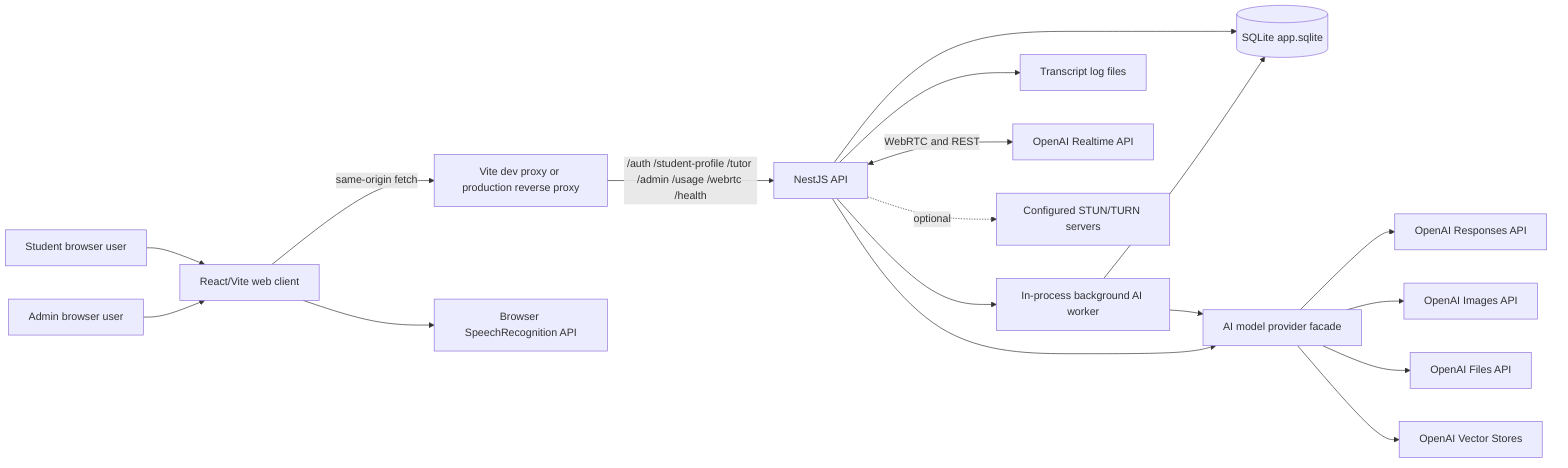
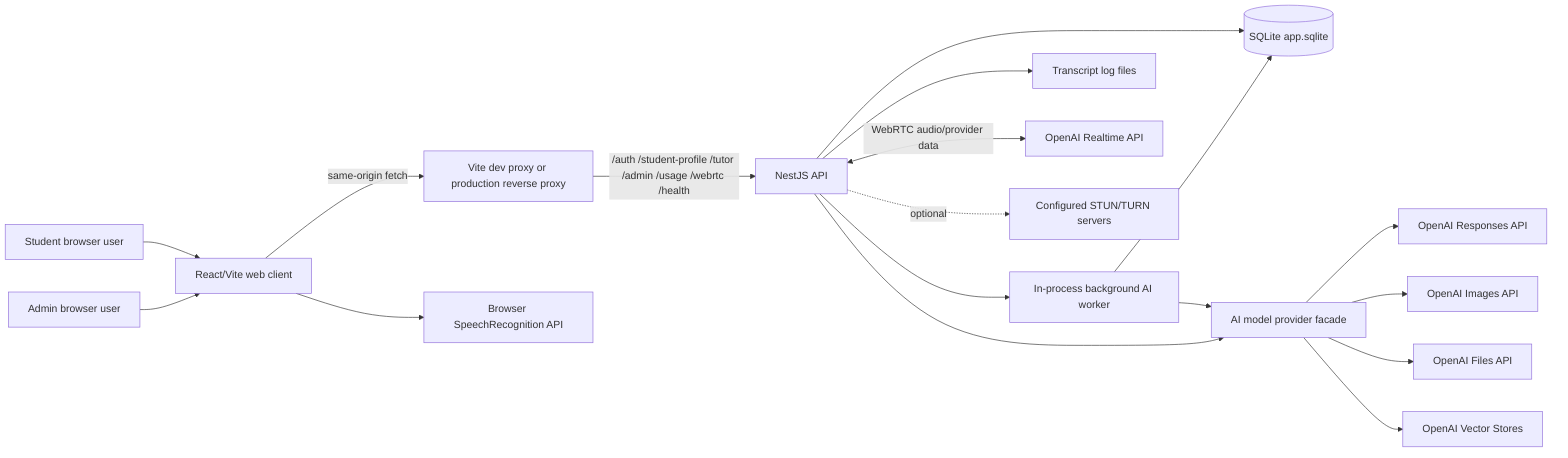
flowchart LR
  Student[Student browser user] --> Web[React/Vite web client]
  Admin[Admin browser user] --> Web
  Web -->|same-origin fetch| Proxy[Vite dev proxy or production reverse proxy]
  Proxy -->|/auth /student-profile /tutor /admin /usage /webrtc /health| API[NestJS API]
  Web --> Speech[Browser SpeechRecognition API]
  API --> SQLite[(SQLite app.sqlite)]
  API --> BackgroundJobs[In-process background AI worker]
  BackgroundJobs --> SQLite
  BackgroundJobs --> ModelProvider
  API --> TranscriptFiles[Transcript log files]
  API --> ModelProvider[AI model provider facade]
  ModelProvider --> OpenAIResponses[OpenAI Responses API]
  ModelProvider --> OpenAIImages[OpenAI Images API]
  ModelProvider --> OpenAIFiles[OpenAI Files API]
  ModelProvider --> OpenAIVectors[OpenAI Vector Stores]
-   API <-->|WebRTC and REST| OpenAIRealtime[OpenAI Realtime API]
+   API <-->|WebRTC audio/provider data| OpenAIRealtime[OpenAI Realtime API]
  API -. optional .-> STUN[Configured STUN/TURN servers]
